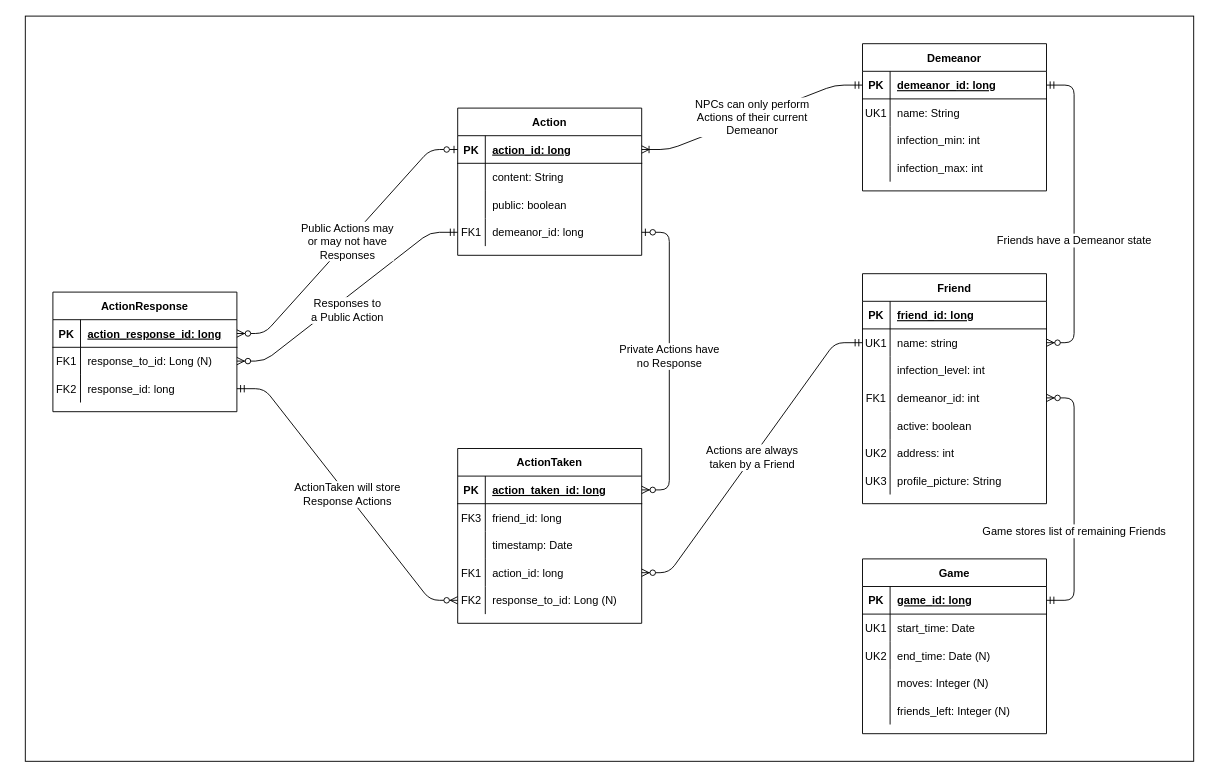
Above: docs/work/erd.drawio in AugmenTab/viral (draw.io), before the change. Source tidied: cells renumbered, new cells numbered last; positions are measured from the earlier drawing's top-left corner, leaving out a move shared by most shapes. Both pictures are drawn from the tidied source at 92%, with x=0, y=0 at pixel (25, 16).
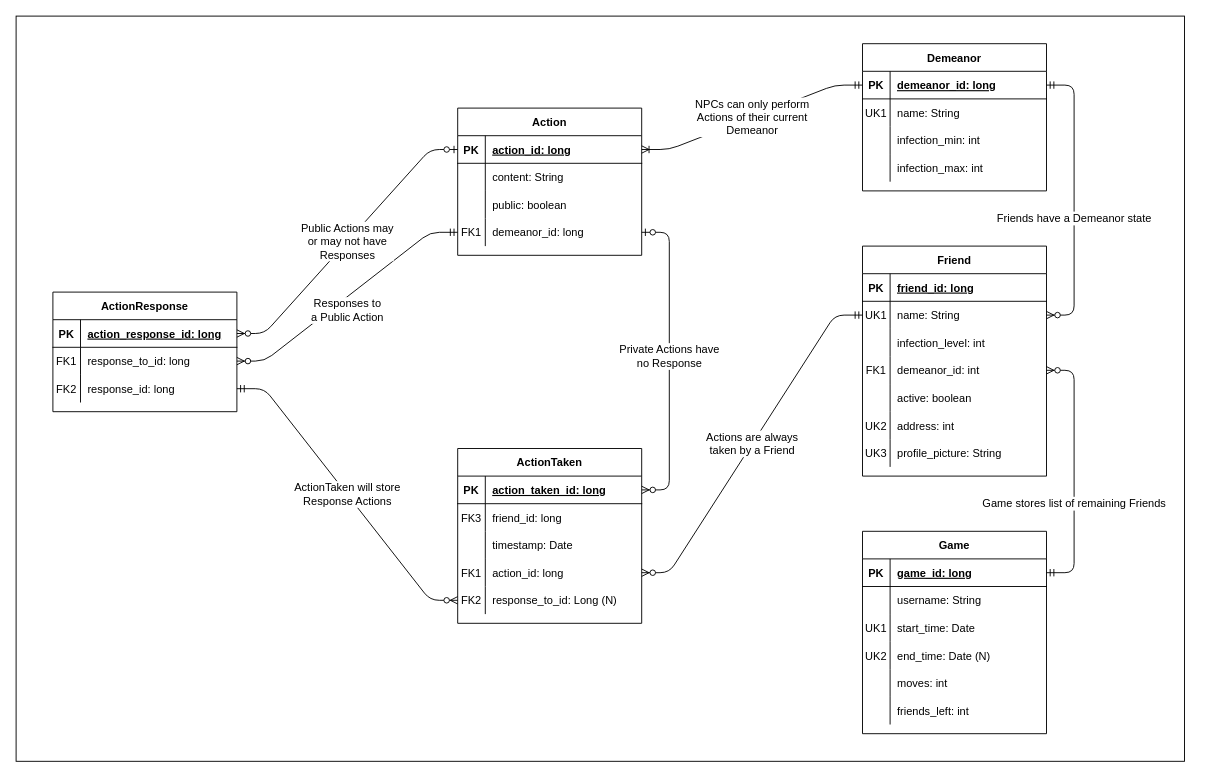
The same diagram, later.

The change refers to these unchanged cells:
```xml
<mxCell id="25" style="shape=partialRectangle;fillColor=none;top=0;left=0;bottom=1;right=0;points=[[0,0.5],[1,0.5]];portConstraint=eastwest;" parent="24" vertex="1">
  <mxGeometry y="30" width="200" height="30" as="geometry" />
</mxCell>
<mxCell id="41" style="shape=partialRectangle;fillColor=none;top=0;left=0;bottom=0;right=0;" parent="37" vertex="1">
  <mxGeometry y="60" width="200" height="30" as="geometry" />
</mxCell>
<mxCell id="73" style="shape=partialRectangle;fillColor=none;top=0;left=0;bottom=0;right=0;points=[[0,0.5],[1,0.5]];portConstraint=eastwest;" parent="69" vertex="1">
  <mxGeometry y="60" width="200" height="30" as="geometry" />
</mxCell>
<mxCell id="83" style="shape=partialRectangle;fillColor=none;top=0;left=0;bottom=0;right=0;points=[[0,0.5],[1,0.5]];portConstraint=eastwest;" parent="79" vertex="1">
  <mxGeometry y="60" width="200" height="30" as="geometry" />
</mxCell>
```

The edit, as a diff of the source:
```diff
@@
     <mxCell id="2" style="rounded=0;whiteSpace=wrap;html=1;" parent="1" vertex="1">
-      <mxGeometry width="1270" height="810" as="geometry" />
+      <mxGeometry x="-10" width="1270" height="810" as="geometry" />
     </mxCell>
@@
     <mxCell id="23" value="Friends have a Demeanor state" style="edgeStyle=entityRelationEdgeStyle;fontSize=12;html=1;endArrow=ERzeroToMany;startArrow=ERmandOne;entryX=1;entryY=0.5;entryDx=0;entryDy=0;exitX=1;exitY=0.5;exitDx=0;exitDy=0;" parent="1" edge="1" source="25" target="83">
-      <mxGeometry x="0.17" relative="1" as="geometry" />
+      <mxGeometry x="0.13" relative="1" as="geometry" />
     </mxCell>
@@
     <mxCell id="37" value="Game" style="shape=table;startSize=30;childLayout=tableLayout;rowLines=0;fontStyle=1;align=center;" parent="1" vertex="1">
-      <mxGeometry x="910" y="590" width="200" height="190" as="geometry" />
+      <mxGeometry x="910" y="560" width="200" height="220" as="geometry" />
     </mxCell>
@@
-    <mxCell id="42" value="UK1" style="shape=partialRectangle;fillColor=none;top=0;left=0;bottom=0;right=0;overflow=hidden;" parent="41" vertex="1">
+    <mxCell id="42" style="shape=partialRectangle;fillColor=none;top=0;left=0;bottom=0;right=0;overflow=hidden;" parent="41" vertex="1">
       <mxGeometry width="30" height="30" as="geometry" />
     </mxCell>
-    <mxCell id="43" value="start_time: Date" style="shape=partialRectangle;fillColor=none;top=0;left=0;bottom=0;right=0;align=left;spacingLeft=6;overflow=hidden;" parent="41" vertex="1">
+    <mxCell id="43" value="username: String" style="shape=partialRectangle;fillColor=none;top=0;left=0;bottom=0;right=0;align=left;spacingLeft=6;overflow=hidden;" parent="41" vertex="1">
       <mxGeometry x="30" width="170" height="30" as="geometry" />
     </mxCell>
+    <mxCell id="101" style="shape=partialRectangle;fillColor=none;top=0;left=0;bottom=0;right=0;" parent="37" vertex="1">
+      <mxGeometry y="90" width="200" height="30" as="geometry" />
+    </mxCell>
+    <mxCell id="102" value="UK1" style="shape=partialRectangle;fillColor=none;top=0;left=0;bottom=0;right=0;overflow=hidden;" parent="101" vertex="1">
+      <mxGeometry width="30" height="30" as="geometry" />
+    </mxCell>
+    <mxCell id="103" value="start_time: Date" style="shape=partialRectangle;fillColor=none;top=0;left=0;bottom=0;right=0;align=left;spacingLeft=6;overflow=hidden;" parent="101" vertex="1">
+      <mxGeometry x="30" width="170" height="30" as="geometry" />
+    </mxCell>
     <mxCell id="44" style="shape=partialRectangle;fillColor=none;top=0;left=0;bottom=0;right=0;" parent="37" vertex="1">
-      <mxGeometry y="90" width="200" height="30" as="geometry" />
+      <mxGeometry y="120" width="200" height="30" as="geometry" />
     </mxCell>
@@
     <mxCell id="47" style="shape=partialRectangle;fillColor=none;top=0;left=0;bottom=0;right=0;" parent="37" vertex="1">
-      <mxGeometry y="120" width="200" height="30" as="geometry" />
+      <mxGeometry y="150" width="200" height="30" as="geometry" />
     </mxCell>
@@
-    <mxCell id="49" value="moves: Integer (N)" style="shape=partialRectangle;fillColor=none;top=0;left=0;bottom=0;right=0;align=left;spacingLeft=6;overflow=hidden;" parent="47" vertex="1">
+    <mxCell id="49" value="moves: int" style="shape=partialRectangle;fillColor=none;top=0;left=0;bottom=0;right=0;align=left;spacingLeft=6;overflow=hidden;" parent="47" vertex="1">
       <mxGeometry x="30" width="170" height="30" as="geometry" />
     </mxCell>
     <mxCell id="50" style="shape=partialRectangle;fillColor=none;top=0;left=0;bottom=0;right=0;" parent="37" vertex="1">
-      <mxGeometry y="150" width="200" height="30" as="geometry" />
+      <mxGeometry y="180" width="200" height="30" as="geometry" />
     </mxCell>
@@
-    <mxCell id="52" value="friends_left: Integer (N)" style="shape=partialRectangle;fillColor=none;top=0;left=0;bottom=0;right=0;align=left;spacingLeft=6;overflow=hidden;" parent="50" vertex="1">
+    <mxCell id="52" value="friends_left: int" style="shape=partialRectangle;fillColor=none;top=0;left=0;bottom=0;right=0;align=left;spacingLeft=6;overflow=hidden;" parent="50" vertex="1">
       <mxGeometry x="30" width="170" height="30" as="geometry" />
     </mxCell>
@@
-    <mxCell id="75" value="response_to_id: Long (N)" style="shape=partialRectangle;fillColor=none;top=0;left=0;bottom=0;right=0;align=left;spacingLeft=6;overflow=hidden;" parent="73" vertex="1">
+    <mxCell id="75" value="response_to_id: long" style="shape=partialRectangle;fillColor=none;top=0;left=0;bottom=0;right=0;align=left;spacingLeft=6;overflow=hidden;" parent="73" vertex="1">
       <mxGeometry x="30" width="170" height="30" as="geometry" />
     </mxCell>
@@
     <mxCell id="79" value="Friend" style="shape=table;startSize=30;childLayout=tableLayout;rowLines=0;fontStyle=1;align=center;" parent="1" vertex="1">
-      <mxGeometry x="910" y="280" width="200" height="250" as="geometry" />
+      <mxGeometry x="910" y="250" width="200" height="250" as="geometry" />
     </mxCell>
@@
-    <mxCell id="85" value="name: string" style="shape=partialRectangle;fillColor=none;top=0;left=0;bottom=0;right=0;align=left;spacingLeft=6;overflow=hidden;" parent="83" vertex="1">
+    <mxCell id="85" value="name: String" style="shape=partialRectangle;fillColor=none;top=0;left=0;bottom=0;right=0;align=left;spacingLeft=6;overflow=hidden;" parent="83" vertex="1">
       <mxGeometry x="30" width="170" height="30" as="geometry" />
     </mxCell>
```
